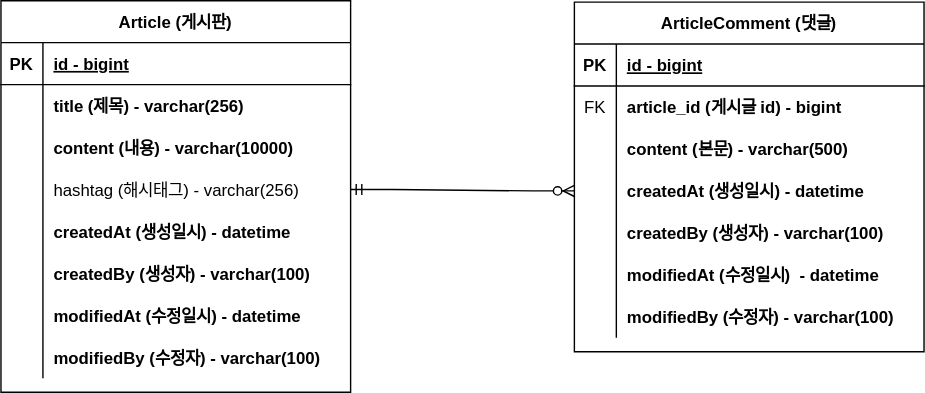
The draw.io diagram document/project-board-erd.svg in kimhyeyun/SPRING-BOARD-PROJECT, before a commit. Source tidied: cells renumbered, new cells last; positions are measured from the earlier drawing's top-left corner, leaving out a move shared by most shapes.
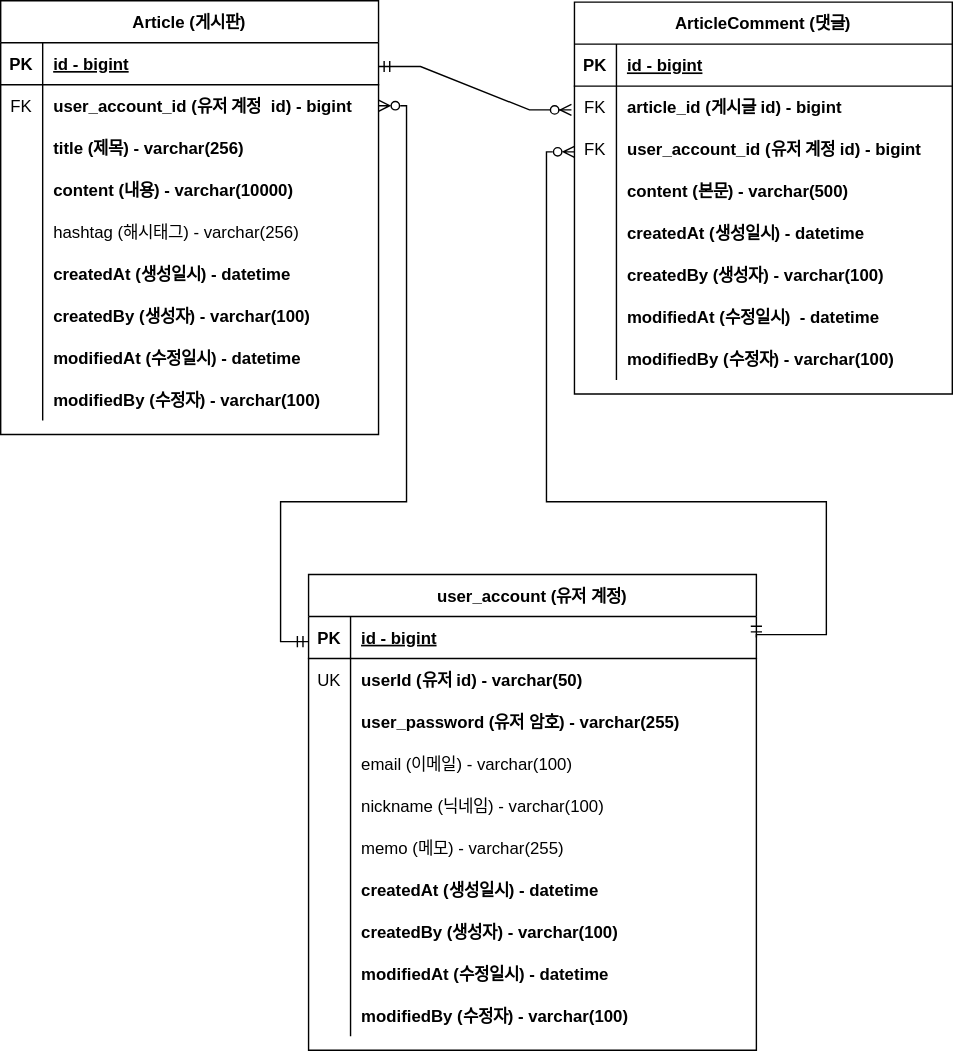
After the commit.

Commit message:
#22 - ERD 업데이트 : 회원 계정 추가

Change to the diagram source:
```diff
@@ -4,7 +4,17 @@
     <mxCell id="1" parent="0" />
+    <mxCell id="50" style="edgeStyle=orthogonalEdgeStyle;rounded=0;jettySize=auto;html=1;startArrow=ERzeroToMany;startFill=0;endArrow=ERmandOne;endFill=0;" parent="1" edge="1" source="6" target="59">
+      <mxGeometry relative="1" as="geometry">
+        <Array as="points">
+          <mxPoint x="290" y="75" />
+          <mxPoint x="290" y="358" />
+          <mxPoint x="200" y="358" />
+          <mxPoint x="200" y="458" />
+        </Array>
+      </mxGeometry>
+    </mxCell>
     <mxCell id="2" value="Article (게시판)" style="shape=table;startSize=30;rowLines=0;fontStyle=1;align=center;" parent="1" vertex="1">
-      <mxGeometry width="250" height="280" as="geometry" />
+      <mxGeometry width="270" height="310" as="geometry" />
     </mxCell>
     <mxCell id="3" style="shape=partialRectangle;fillColor=none;points=[[0,0.5],[1,0.5]];portConstraint=eastwest;top=0;left=0;right=0;bottom=1;" parent="2" vertex="1">
-      <mxGeometry y="30" width="250" height="30" as="geometry" />
+      <mxGeometry y="30" width="270" height="30" as="geometry" />
     </mxCell>
@@ -14,15 +24,24 @@
     <mxCell id="5" value="id - bigint" style="shape=partialRectangle;overflow=hidden;fillColor=none;top=0;left=0;bottom=0;right=0;align=left;spacingLeft=6;fontStyle=5;" parent="3" vertex="1">
-      <mxGeometry x="30" width="220" height="30" as="geometry" />
+      <mxGeometry x="30" width="240" height="30" as="geometry" />
     </mxCell>
     <mxCell id="6" style="shape=partialRectangle;fillColor=none;points=[[0,0.5],[1,0.5]];portConstraint=eastwest;top=0;left=0;right=0;bottom=0;" parent="2" vertex="1">
-      <mxGeometry y="60" width="250" height="30" as="geometry" />
+      <mxGeometry y="60" width="270" height="30" as="geometry" />
     </mxCell>
-    <mxCell id="7" style="shape=partialRectangle;overflow=hidden;fillColor=none;top=0;left=0;bottom=0;right=0;" parent="6" vertex="1">
+    <mxCell id="7" value="FK" style="shape=partialRectangle;overflow=hidden;fillColor=none;top=0;left=0;bottom=0;right=0;" parent="6" vertex="1">
       <mxGeometry width="30" height="30" as="geometry" />
     </mxCell>
-    <mxCell id="8" value="title (제목) - varchar(256)" style="shape=partialRectangle;overflow=hidden;fillColor=none;top=0;left=0;bottom=0;right=0;align=left;spacingLeft=6;fontStyle=1;" parent="6" vertex="1">
-      <mxGeometry x="30" width="220" height="30" as="geometry" />
+    <mxCell id="8" value="user_account_id (유저 계정  id) - bigint" style="shape=partialRectangle;overflow=hidden;fillColor=none;top=0;left=0;bottom=0;right=0;align=left;spacingLeft=6;fontStyle=1;" parent="6" vertex="1">
+      <mxGeometry x="30" width="240" height="30" as="geometry" />
     </mxCell>
+    <mxCell id="51" style="shape=partialRectangle;fillColor=none;top=0;left=0;right=0;bottom=0;" parent="2" vertex="1">
+      <mxGeometry y="90" width="270" height="30" as="geometry" />
+    </mxCell>
+    <mxCell id="52" style="shape=partialRectangle;overflow=hidden;fillColor=none;top=0;left=0;bottom=0;right=0;" parent="51" vertex="1">
+      <mxGeometry width="30" height="30" as="geometry" />
+    </mxCell>
+    <mxCell id="53" value="title (제목) - varchar(256)" style="shape=partialRectangle;overflow=hidden;fillColor=none;top=0;left=0;bottom=0;right=0;align=left;spacingLeft=6;fontStyle=1;" parent="51" vertex="1">
+      <mxGeometry x="30" width="240" height="30" as="geometry" />
+    </mxCell>
     <mxCell id="9" style="shape=partialRectangle;fillColor=none;top=0;left=0;right=0;bottom=0;" parent="2" vertex="1">
-      <mxGeometry y="90" width="250" height="30" as="geometry" />
+      <mxGeometry y="120" width="270" height="30" as="geometry" />
     </mxCell>
@@ -32,6 +51,6 @@
     <mxCell id="11" value="content (내용) - varchar(10000)" style="shape=partialRectangle;overflow=hidden;fillColor=none;top=0;left=0;bottom=0;right=0;align=left;spacingLeft=6;fontStyle=1;" parent="9" vertex="1">
-      <mxGeometry x="30" width="220" height="30" as="geometry" />
+      <mxGeometry x="30" width="240" height="30" as="geometry" />
     </mxCell>
     <mxCell id="12" style="shape=partialRectangle;fillColor=none;top=0;left=0;right=0;bottom=0;" parent="2" vertex="1">
-      <mxGeometry y="120" width="250" height="30" as="geometry" />
+      <mxGeometry y="150" width="270" height="30" as="geometry" />
     </mxCell>
@@ -41,6 +60,6 @@
     <mxCell id="14" value="hashtag (해시태그) - varchar(256)" style="shape=partialRectangle;overflow=hidden;fillColor=none;top=0;left=0;bottom=0;right=0;align=left;spacingLeft=6;" parent="12" vertex="1">
-      <mxGeometry x="30" width="220" height="30" as="geometry" />
+      <mxGeometry x="30" width="240" height="30" as="geometry" />
     </mxCell>
     <mxCell id="15" style="shape=partialRectangle;fillColor=none;top=0;left=0;right=0;bottom=0;" parent="2" vertex="1">
-      <mxGeometry y="150" width="250" height="30" as="geometry" />
+      <mxGeometry y="180" width="270" height="30" as="geometry" />
     </mxCell>
@@ -50,6 +69,6 @@
     <mxCell id="17" value="createdAt (생성일시) - datetime" style="shape=partialRectangle;overflow=hidden;fillColor=none;top=0;left=0;bottom=0;right=0;align=left;spacingLeft=6;fontStyle=1;" parent="15" vertex="1">
-      <mxGeometry x="30" width="220" height="30" as="geometry" />
+      <mxGeometry x="30" width="240" height="30" as="geometry" />
     </mxCell>
     <mxCell id="18" style="shape=partialRectangle;fillColor=none;top=0;left=0;right=0;bottom=0;" parent="2" vertex="1">
-      <mxGeometry y="180" width="250" height="30" as="geometry" />
+      <mxGeometry y="210" width="270" height="30" as="geometry" />
     </mxCell>
@@ -59,6 +78,6 @@
     <mxCell id="20" value="createdBy (생성자) - varchar(100)" style="shape=partialRectangle;overflow=hidden;fillColor=none;top=0;left=0;bottom=0;right=0;align=left;spacingLeft=6;fontStyle=1;" parent="18" vertex="1">
-      <mxGeometry x="30" width="220" height="30" as="geometry" />
+      <mxGeometry x="30" width="240" height="30" as="geometry" />
     </mxCell>
     <mxCell id="21" style="shape=partialRectangle;fillColor=none;top=0;left=0;right=0;bottom=0;" parent="2" vertex="1">
-      <mxGeometry y="210" width="250" height="30" as="geometry" />
+      <mxGeometry y="240" width="270" height="30" as="geometry" />
     </mxCell>
@@ -68,6 +87,6 @@
     <mxCell id="23" value="modifiedAt (수정일시) - datetime" style="shape=partialRectangle;overflow=hidden;fillColor=none;top=0;left=0;bottom=0;right=0;align=left;spacingLeft=6;fontStyle=1;" parent="21" vertex="1">
-      <mxGeometry x="30" width="220" height="30" as="geometry" />
+      <mxGeometry x="30" width="240" height="30" as="geometry" />
     </mxCell>
     <mxCell id="24" style="shape=partialRectangle;fillColor=none;top=0;left=0;right=0;bottom=0;" parent="2" vertex="1">
-      <mxGeometry y="240" width="250" height="30" as="geometry" />
+      <mxGeometry y="270" width="270" height="30" as="geometry" />
     </mxCell>
@@ -77,9 +96,20 @@
     <mxCell id="26" value="modifiedBy (수정자) - varchar(100)" style="shape=partialRectangle;overflow=hidden;fillColor=none;top=0;left=0;bottom=0;right=0;align=left;spacingLeft=6;fontStyle=1;" parent="24" vertex="1">
-      <mxGeometry x="30" width="220" height="30" as="geometry" />
+      <mxGeometry x="30" width="240" height="30" as="geometry" />
     </mxCell>
+    <mxCell id="54" style="edgeStyle=orthogonalEdgeStyle;rounded=0;jettySize=auto;html=1;startArrow=ERzeroToMany;startFill=0;endArrow=ERmandOne;endFill=0;entryX=1;entryY=0.5;entryDx=0;entryDy=0;entryPerimeter=0;" parent="1" edge="1" source="55" target="59">
+      <mxGeometry relative="1" as="geometry">
+        <Array as="points">
+          <mxPoint x="390" y="108" />
+          <mxPoint x="390" y="358" />
+          <mxPoint x="590" y="358" />
+          <mxPoint x="590" y="453" />
+          <mxPoint x="540" y="453" />
+        </Array>
+      </mxGeometry>
+    </mxCell>
     <mxCell id="27" value="ArticleComment (댓글)" style="shape=table;startSize=30;rowLines=0;fontStyle=1;align=center;" parent="1" vertex="1">
-      <mxGeometry x="410" y="1" width="250" height="250" as="geometry" />
+      <mxGeometry x="410" y="1" width="270" height="280" as="geometry" />
     </mxCell>
     <mxCell id="28" style="shape=partialRectangle;fillColor=none;top=0;left=0;right=0;bottom=1;" parent="27" vertex="1">
-      <mxGeometry y="30" width="250" height="30" as="geometry" />
+      <mxGeometry y="30" width="270" height="30" as="geometry" />
     </mxCell>
@@ -89,6 +119,6 @@
     <mxCell id="30" value="id - bigint" style="shape=partialRectangle;overflow=hidden;fillColor=none;top=0;left=0;bottom=0;right=0;align=left;spacingLeft=6;fontStyle=5;" parent="28" vertex="1">
-      <mxGeometry x="30" width="220" height="30" as="geometry" />
+      <mxGeometry x="30" width="240" height="30" as="geometry" />
     </mxCell>
     <mxCell id="31" style="shape=partialRectangle;fillColor=none;points=[[0,0.5],[1,0.5]];portConstraint=eastwest;top=0;left=0;right=0;bottom=0;" parent="27" vertex="1">
-      <mxGeometry y="60" width="250" height="30" as="geometry" />
+      <mxGeometry y="60" width="270" height="30" as="geometry" />
     </mxCell>
@@ -98,6 +128,15 @@
     <mxCell id="33" value="article_id (게시글 id) - bigint" style="shape=partialRectangle;overflow=hidden;fillColor=none;top=0;left=0;bottom=0;right=0;align=left;spacingLeft=6;fontStyle=1;" parent="31" vertex="1">
-      <mxGeometry x="30" width="220" height="30" as="geometry" />
+      <mxGeometry x="30" width="240" height="30" as="geometry" />
     </mxCell>
+    <mxCell id="55" style="shape=partialRectangle;fillColor=none;points=[[0,0.5],[1,0.5]];portConstraint=eastwest;top=0;left=0;right=0;bottom=0;" parent="27" vertex="1">
+      <mxGeometry y="90" width="270" height="30" as="geometry" />
+    </mxCell>
+    <mxCell id="56" value="FK" style="shape=partialRectangle;overflow=hidden;fillColor=none;top=0;left=0;bottom=0;right=0;" parent="55" vertex="1">
+      <mxGeometry width="30" height="30" as="geometry" />
+    </mxCell>
+    <mxCell id="57" value="user_account_id (유저 계정 id) - bigint" style="shape=partialRectangle;overflow=hidden;fillColor=none;top=0;left=0;bottom=0;right=0;align=left;spacingLeft=6;fontStyle=1;" parent="55" vertex="1">
+      <mxGeometry x="30" width="240" height="30" as="geometry" />
+    </mxCell>
     <mxCell id="34" style="shape=partialRectangle;fillColor=none;top=0;left=0;right=0;bottom=0;" parent="27" vertex="1">
-      <mxGeometry y="90" width="250" height="30" as="geometry" />
+      <mxGeometry y="120" width="270" height="30" as="geometry" />
     </mxCell>
@@ -107,6 +146,6 @@
     <mxCell id="36" value="content (본문) - varchar(500)" style="shape=partialRectangle;overflow=hidden;fillColor=none;top=0;left=0;bottom=0;right=0;align=left;spacingLeft=6;fontStyle=1;" parent="34" vertex="1">
-      <mxGeometry x="30" width="220" height="30" as="geometry" />
+      <mxGeometry x="30" width="240" height="30" as="geometry" />
     </mxCell>
     <mxCell id="37" style="shape=partialRectangle;fillColor=none;points=[[0,0.5],[1,0.5]];portConstraint=eastwest;top=0;left=0;right=0;bottom=0;" parent="27" vertex="1">
-      <mxGeometry y="120" width="250" height="30" as="geometry" />
+      <mxGeometry y="150" width="270" height="30" as="geometry" />
     </mxCell>
@@ -116,6 +155,6 @@
     <mxCell id="39" value="createdAt (생성일시) - datetime" style="shape=partialRectangle;overflow=hidden;fillColor=none;top=0;left=0;bottom=0;right=0;align=left;spacingLeft=6;fontStyle=1;" parent="37" vertex="1">
-      <mxGeometry x="30" width="220" height="30" as="geometry" />
+      <mxGeometry x="30" width="240" height="30" as="geometry" />
     </mxCell>
     <mxCell id="40" style="shape=partialRectangle;fillColor=none;top=0;left=0;right=0;bottom=0;" parent="27" vertex="1">
-      <mxGeometry y="150" width="250" height="30" as="geometry" />
+      <mxGeometry y="180" width="270" height="30" as="geometry" />
     </mxCell>
@@ -125,6 +164,6 @@
     <mxCell id="42" value="createdBy (생성자) - varchar(100)" style="shape=partialRectangle;overflow=hidden;fillColor=none;top=0;left=0;bottom=0;right=0;align=left;spacingLeft=6;fontStyle=1;" parent="40" vertex="1">
-      <mxGeometry x="30" width="220" height="30" as="geometry" />
+      <mxGeometry x="30" width="240" height="30" as="geometry" />
     </mxCell>
     <mxCell id="43" style="shape=partialRectangle;fillColor=none;top=0;left=0;right=0;bottom=0;" parent="27" vertex="1">
-      <mxGeometry y="180" width="250" height="30" as="geometry" />
+      <mxGeometry y="210" width="270" height="30" as="geometry" />
     </mxCell>
@@ -134,6 +173,6 @@
     <mxCell id="45" value="modifiedAt (수정일시)  - datetime" style="shape=partialRectangle;overflow=hidden;fillColor=none;top=0;left=0;bottom=0;right=0;align=left;spacingLeft=6;fontStyle=1;" parent="43" vertex="1">
-      <mxGeometry x="30" width="220" height="30" as="geometry" />
+      <mxGeometry x="30" width="240" height="30" as="geometry" />
     </mxCell>
     <mxCell id="46" style="shape=partialRectangle;fillColor=none;top=0;left=0;right=0;bottom=0;" parent="27" vertex="1">
-      <mxGeometry y="210" width="250" height="30" as="geometry" />
+      <mxGeometry y="240" width="270" height="30" as="geometry" />
     </mxCell>
@@ -143,9 +182,100 @@
     <mxCell id="48" value="modifiedBy (수정자) - varchar(100)" style="shape=partialRectangle;overflow=hidden;fillColor=none;top=0;left=0;bottom=0;right=0;align=left;spacingLeft=6;fontStyle=1;" parent="46" vertex="1">
-      <mxGeometry x="30" width="220" height="30" as="geometry" />
+      <mxGeometry x="30" width="240" height="30" as="geometry" />
     </mxCell>
-    <mxCell id="49" style="edgeStyle=entityRelationEdgeStyle;fontSize=12;html=1;endArrow=ERzeroToMany;startArrow=ERmandOne;rounded=0;exitX=1;exitY=0.5;exitDx=0;exitDy=0;entryX=0;entryY=0.5;entryDx=0;entryDy=0;" parent="1" edge="1" target="37">
-      <mxGeometry relative="1" as="geometry">
-        <mxPoint x="250" y="135" as="sourcePoint" />
-      </mxGeometry>
+    <mxCell id="49" style="edgeStyle=entityRelationEdgeStyle;fontSize=12;html=1;endArrow=ERzeroToMany;startArrow=ERmandOne;rounded=0;exitX=1;exitY=0.567;exitDx=0;exitDy=0;entryX=-0.008;entryY=0.567;entryDx=0;entryDy=0;exitPerimeter=0;entryPerimeter=0;" parent="1" edge="1" source="3" target="31">
+      <mxGeometry relative="1" as="geometry" />
     </mxCell>
+    <mxCell id="58" value="user_account (유저 계정)" style="shape=table;startSize=30;rowLines=0;fontStyle=1;align=center;" parent="1" vertex="1">
+      <mxGeometry x="220" y="410" width="320" height="340" as="geometry" />
+    </mxCell>
+    <mxCell id="59" style="shape=partialRectangle;fillColor=none;points=[[0,0.5],[1,0.5]];portConstraint=eastwest;top=0;left=0;right=0;bottom=1;" parent="58" vertex="1">
+      <mxGeometry y="30" width="320" height="30" as="geometry" />
+    </mxCell>
+    <mxCell id="60" value="PK" style="shape=partialRectangle;overflow=hidden;fillColor=none;top=0;left=0;bottom=0;right=0;fontStyle=1;" parent="59" vertex="1">
+      <mxGeometry width="30" height="30" as="geometry" />
+    </mxCell>
+    <mxCell id="61" value="id - bigint" style="shape=partialRectangle;overflow=hidden;fillColor=none;top=0;left=0;bottom=0;right=0;align=left;spacingLeft=6;fontStyle=5;" parent="59" vertex="1">
+      <mxGeometry x="30" width="290" height="30" as="geometry" />
+    </mxCell>
+    <mxCell id="62" style="shape=partialRectangle;fillColor=none;top=0;left=0;right=0;bottom=0;" parent="58" vertex="1">
+      <mxGeometry y="60" width="320" height="30" as="geometry" />
+    </mxCell>
+    <mxCell id="63" value="UK" style="shape=partialRectangle;overflow=hidden;fillColor=none;top=0;left=0;bottom=0;right=0;" parent="62" vertex="1">
+      <mxGeometry width="30" height="30" as="geometry" />
+    </mxCell>
+    <mxCell id="64" value="userId (유저 id) - varchar(50)" style="shape=partialRectangle;overflow=hidden;fillColor=none;top=0;left=0;bottom=0;right=0;align=left;spacingLeft=6;fontStyle=1;" parent="62" vertex="1">
+      <mxGeometry x="30" width="290" height="30" as="geometry" />
+    </mxCell>
+    <mxCell id="65" style="shape=partialRectangle;fillColor=none;top=0;left=0;right=0;bottom=0;" parent="58" vertex="1">
+      <mxGeometry y="90" width="320" height="30" as="geometry" />
+    </mxCell>
+    <mxCell id="66" style="shape=partialRectangle;overflow=hidden;fillColor=none;top=0;left=0;bottom=0;right=0;" parent="65" vertex="1">
+      <mxGeometry width="30" height="30" as="geometry" />
+    </mxCell>
+    <mxCell id="67" value="user_password (유저 암호) - varchar(255)" style="shape=partialRectangle;overflow=hidden;fillColor=none;top=0;left=0;bottom=0;right=0;align=left;spacingLeft=6;fontStyle=1;" parent="65" vertex="1">
+      <mxGeometry x="30" width="290" height="30" as="geometry" />
+    </mxCell>
+    <mxCell id="68" style="shape=partialRectangle;fillColor=none;top=0;left=0;right=0;bottom=0;" parent="58" vertex="1">
+      <mxGeometry y="120" width="320" height="30" as="geometry" />
+    </mxCell>
+    <mxCell id="69" style="shape=partialRectangle;overflow=hidden;fillColor=none;top=0;left=0;bottom=0;right=0;" parent="68" vertex="1">
+      <mxGeometry width="30" height="30" as="geometry" />
+    </mxCell>
+    <mxCell id="70" value="email (이메일) - varchar(100)" style="shape=partialRectangle;overflow=hidden;fillColor=none;top=0;left=0;bottom=0;right=0;align=left;spacingLeft=6;fontStyle=0;" parent="68" vertex="1">
+      <mxGeometry x="30" width="290" height="30" as="geometry" />
+    </mxCell>
+    <mxCell id="71" style="shape=partialRectangle;fillColor=none;top=0;left=0;right=0;bottom=0;" parent="58" vertex="1">
+      <mxGeometry y="150" width="320" height="30" as="geometry" />
+    </mxCell>
+    <mxCell id="72" style="shape=partialRectangle;overflow=hidden;fillColor=none;top=0;left=0;bottom=0;right=0;" parent="71" vertex="1">
+      <mxGeometry width="30" height="30" as="geometry" />
+    </mxCell>
+    <mxCell id="73" value="nickname (닉네임) - varchar(100)" style="shape=partialRectangle;overflow=hidden;fillColor=none;top=0;left=0;bottom=0;right=0;align=left;spacingLeft=6;fontStyle=0;" parent="71" vertex="1">
+      <mxGeometry x="30" width="290" height="30" as="geometry" />
+    </mxCell>
+    <mxCell id="74" style="shape=partialRectangle;fillColor=none;top=0;left=0;right=0;bottom=0;" parent="58" vertex="1">
+      <mxGeometry y="180" width="320" height="30" as="geometry" />
+    </mxCell>
+    <mxCell id="75" style="shape=partialRectangle;overflow=hidden;fillColor=none;top=0;left=0;bottom=0;right=0;" parent="74" vertex="1">
+      <mxGeometry width="30" height="30" as="geometry" />
+    </mxCell>
+    <mxCell id="76" value="memo (메모) - varchar(255)" style="shape=partialRectangle;overflow=hidden;fillColor=none;top=0;left=0;bottom=0;right=0;align=left;spacingLeft=6;fontStyle=0;" parent="74" vertex="1">
+      <mxGeometry x="30" width="290" height="30" as="geometry" />
+    </mxCell>
+    <mxCell id="77" style="shape=partialRectangle;fillColor=none;top=0;left=0;right=0;bottom=0;" parent="58" vertex="1">
+      <mxGeometry y="210" width="320" height="30" as="geometry" />
+    </mxCell>
+    <mxCell id="78" style="shape=partialRectangle;overflow=hidden;fillColor=none;top=0;left=0;bottom=0;right=0;" parent="77" vertex="1">
+      <mxGeometry width="30" height="30" as="geometry" />
+    </mxCell>
+    <mxCell id="79" value="createdAt (생성일시) - datetime" style="shape=partialRectangle;overflow=hidden;fillColor=none;top=0;left=0;bottom=0;right=0;align=left;spacingLeft=6;fontStyle=1;" parent="77" vertex="1">
+      <mxGeometry x="30" width="290" height="30" as="geometry" />
+    </mxCell>
+    <mxCell id="80" style="shape=partialRectangle;fillColor=none;top=0;left=0;right=0;bottom=0;" parent="58" vertex="1">
+      <mxGeometry y="240" width="320" height="30" as="geometry" />
+    </mxCell>
+    <mxCell id="81" style="shape=partialRectangle;overflow=hidden;fillColor=none;top=0;left=0;bottom=0;right=0;" parent="80" vertex="1">
+      <mxGeometry width="30" height="30" as="geometry" />
+    </mxCell>
+    <mxCell id="82" value="createdBy (생성자) - varchar(100)" style="shape=partialRectangle;overflow=hidden;fillColor=none;top=0;left=0;bottom=0;right=0;align=left;spacingLeft=6;fontStyle=1;" parent="80" vertex="1">
+      <mxGeometry x="30" width="290" height="30" as="geometry" />
+    </mxCell>
+    <mxCell id="83" style="shape=partialRectangle;fillColor=none;top=0;left=0;right=0;bottom=0;" parent="58" vertex="1">
+      <mxGeometry y="270" width="320" height="30" as="geometry" />
+    </mxCell>
+    <mxCell id="84" style="shape=partialRectangle;overflow=hidden;fillColor=none;top=0;left=0;bottom=0;right=0;" parent="83" vertex="1">
+      <mxGeometry width="30" height="30" as="geometry" />
+    </mxCell>
+    <mxCell id="85" value="modifiedAt (수정일시) - datetime" style="shape=partialRectangle;overflow=hidden;fillColor=none;top=0;left=0;bottom=0;right=0;align=left;spacingLeft=6;fontStyle=1;" parent="83" vertex="1">
+      <mxGeometry x="30" width="290" height="30" as="geometry" />
+    </mxCell>
+    <mxCell id="86" style="shape=partialRectangle;fillColor=none;top=0;left=0;right=0;bottom=0;" parent="58" vertex="1">
+      <mxGeometry y="300" width="320" height="30" as="geometry" />
+    </mxCell>
+    <mxCell id="87" style="shape=partialRectangle;overflow=hidden;fillColor=none;top=0;left=0;bottom=0;right=0;" parent="86" vertex="1">
+      <mxGeometry width="30" height="30" as="geometry" />
+    </mxCell>
+    <mxCell id="88" value="modifiedBy (수정자) - varchar(100)" style="shape=partialRectangle;overflow=hidden;fillColor=none;top=0;left=0;bottom=0;right=0;align=left;spacingLeft=6;fontStyle=1;" parent="86" vertex="1">
+      <mxGeometry x="30" width="290" height="30" as="geometry" />
+    </mxCell>
   </root>
```
